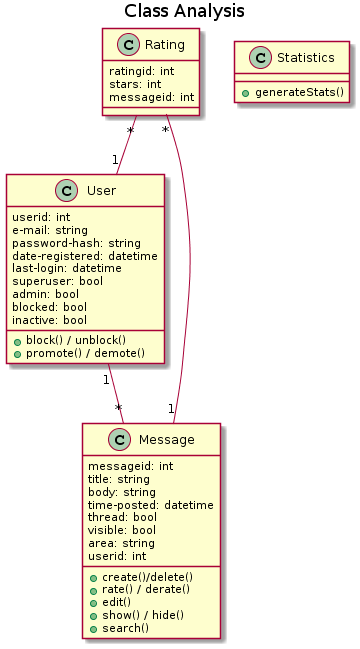
Earlier version of the PlantUML export Project/Doc/Analysis/class_analysis.png (ZiggyMaes/NMCT-Server-Side-Applications).
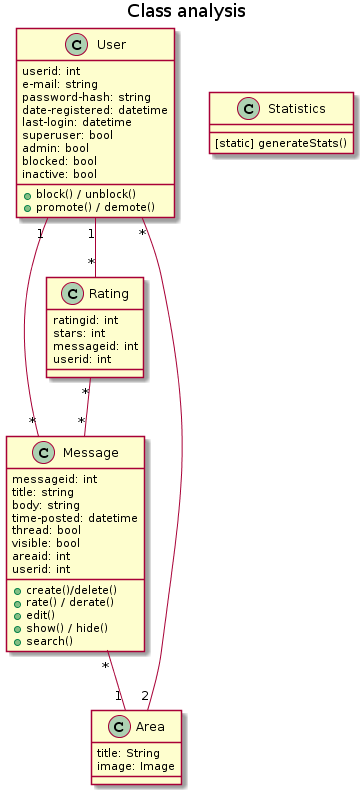
Above is the later version.

Commit message:
Class design & use cases updates

What changed in the source:
```diff
@@ -1,9 +1,9 @@
 @startuml
-title Class Analysis
+title Class analysis
 
 User "1" -- "*" Message
-Rating "*" -- "1" Message
-Rating "*" -- "1" User
+Rating "*" -- "*" Message
+User "1" -- "*" Rating
 
 class User {
     userid: int
@@ -27,7 +27,7 @@
     time-posted: datetime
     thread: bool
     visible: bool
-    area: string
+    areaid: int
     userid: int
 
     +create()/delete()
@@ -37,13 +37,22 @@
     +search()
 }
 
+class Area{
+    title: String
+    image: Image
+}
+
+Message "*" -- "1" Area
+User "*" -- "2" Area
+
 class Rating {
     ratingid: int
     stars: int
     messageid: int
+    userid: int
 }
 
 class Statistics {
-    +generateStats()
+    [static] generateStats()
 }
 @enduml
```
